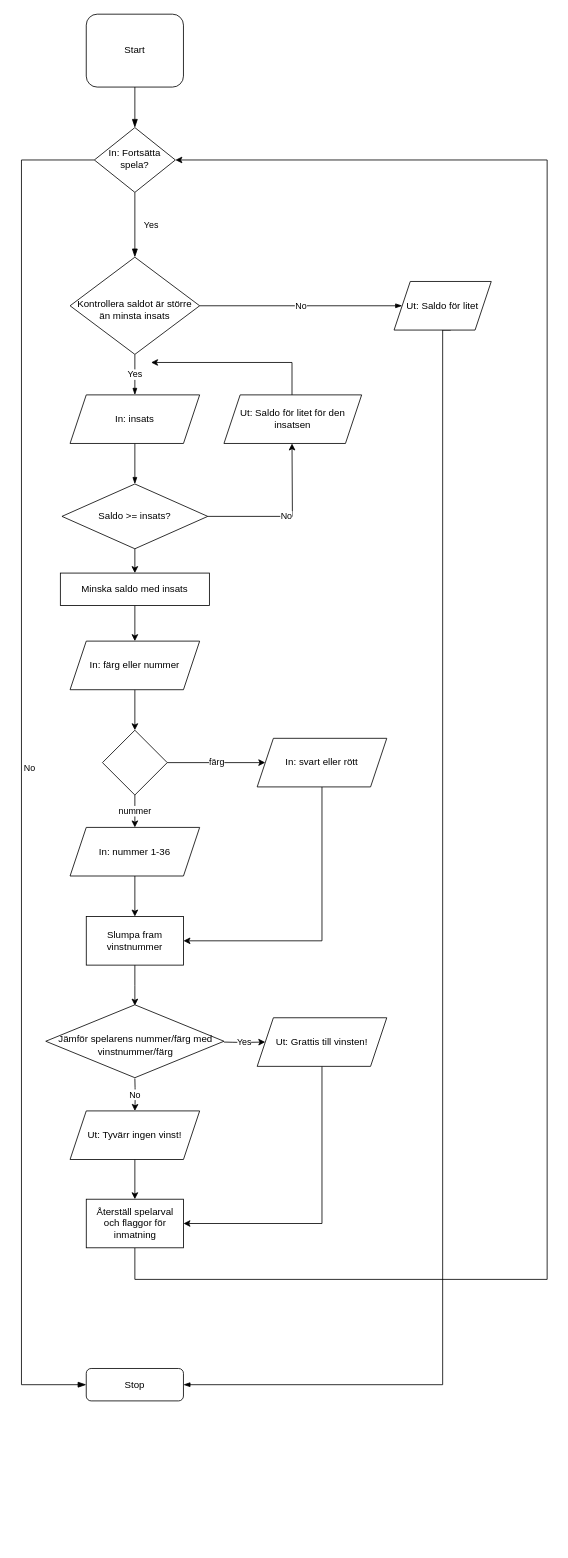
Above: Inluppgifter/Roulette/Flowchart_inl1.drawio in RogerJohanssonITHS/Grunderna-Cpp (draw.io), before the change. Source tidied: cells renumbered, new cells numbered last; positions are measured from the earlier drawing's top-left corner, leaving out a move shared by most shapes. Both pictures are drawn from the tidied source at 81%, with x=0, y=0 at pixel (21, 14).
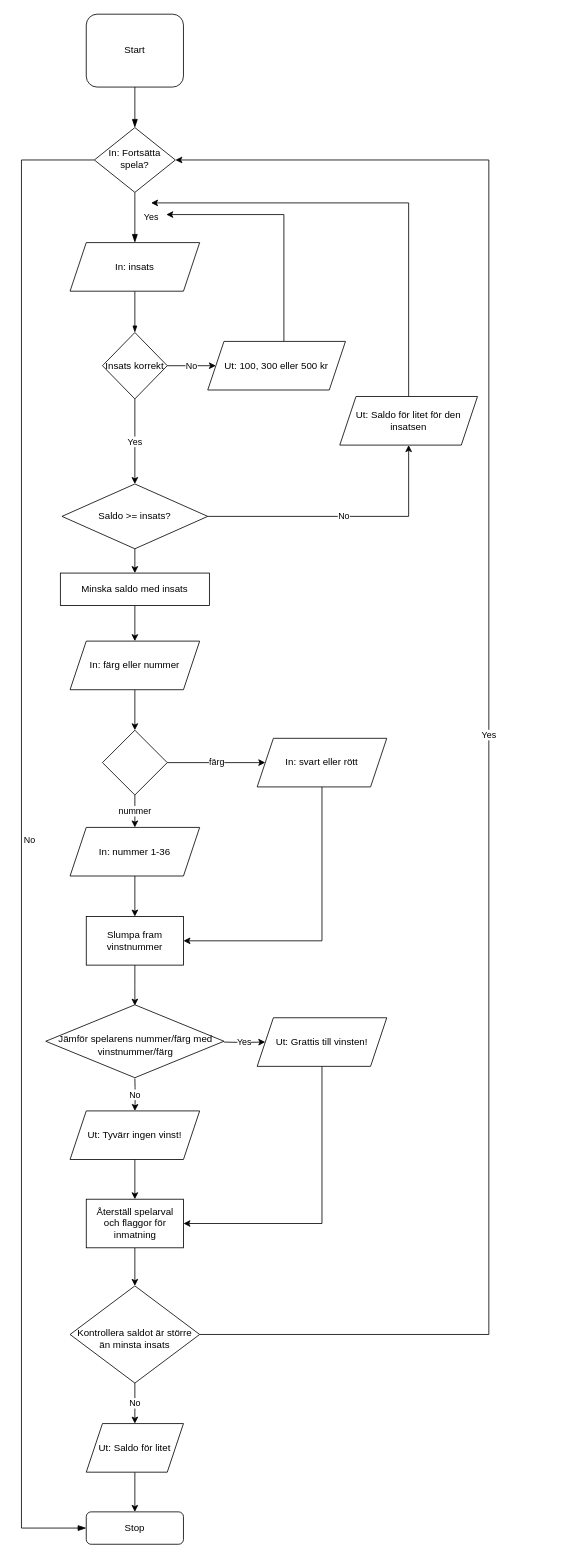
After the change.

The change refers to these unchanged cells:
```xml
<mxCell id="6" value="In: Fortsätta spela?" style="rhombus;whiteSpace=wrap;html=1;shadow=0;fontFamily=Helvetica;fontSize=12;align=center;strokeWidth=1;spacing=6;spacingTop=-4;" parent="1" vertex="1">
  <mxGeometry x="90" y="140" width="100" height="80" as="geometry" />
</mxCell>
<mxCell id="16" value="&lt;span&gt;Saldo &amp;gt;= insats?&lt;/span&gt;" style="rhombus;whiteSpace=wrap;html=1;" parent="1" vertex="1">
  <mxGeometry x="50" y="580" width="180" height="80" as="geometry" />
</mxCell>
<mxCell id="39" value="Återställ spelarval och flaggor för inmatning" style="rounded=0;whiteSpace=wrap;html=1;sketch=0;spacingLeft=1;" parent="1" vertex="1">
  <mxGeometry x="80" y="1463" width="120" height="60" as="geometry" />
</mxCell>
<mxCell id="41" value="Minska saldo med insats" style="rounded=0;whiteSpace=wrap;html=1;sketch=0;" parent="1" vertex="1">
  <mxGeometry x="48" y="690" width="184" height="40" as="geometry" />
</mxCell>
```

Change to the diagram source:
```diff
@@
-    <mxCell id="4" value="Yes" style="rounded=0;html=1;jettySize=auto;fontSize=11;endArrow=blockThin;endFill=1;endSize=8;strokeWidth=1;shadow=0;labelBackgroundColor=none;edgeStyle=orthogonalEdgeStyle;" parent="1" edge="1" source="6" target="9">
+    <mxCell id="4" value="Yes" style="rounded=0;html=1;jettySize=auto;fontSize=11;endArrow=blockThin;endFill=1;endSize=8;strokeWidth=1;shadow=0;labelBackgroundColor=none;edgeStyle=orthogonalEdgeStyle;entryX=0.5;entryY=0;entryDx=0;entryDy=0;" parent="1" edge="1" source="6" target="13">
       <mxGeometry y="20" relative="1" as="geometry" />
     </mxCell>
     <mxCell id="5" value="No" style="edgeStyle=orthogonalEdgeStyle;rounded=0;html=1;jettySize=auto;fontSize=11;endArrow=blockThin;endFill=1;endSize=8;strokeWidth=1;shadow=0;labelBackgroundColor=none;exitX=0;exitY=0.5;exitDx=0;exitDy=0;entryX=0;entryY=0.5;entryDx=0;entryDy=0;" parent="1" edge="1" source="6" target="10">
       <mxGeometry y="10" relative="1" as="geometry">
         <Array as="points">
           <mxPoint y="180" />
-          <mxPoint y="1692" />
+          <mxPoint y="1869" />
         </Array>
       </mxGeometry>
     </mxCell>
@@
-    <mxCell id="7" value="No" style="edgeStyle=orthogonalEdgeStyle;rounded=0;jettySize=auto;html=1;exitX=1;exitY=0.5;exitDx=0;exitDy=0;entryX=0;entryY=0.5;entryDx=0;entryDy=0;endArrow=blockThin;endFill=1;" parent="1" edge="1" source="9">
-      <mxGeometry relative="1" as="geometry">
-        <mxPoint x="470" y="360" as="targetPoint" />
-      </mxGeometry>
-    </mxCell>
-    <mxCell id="8" value="Yes" style="edgeStyle=orthogonalEdgeStyle;rounded=0;jettySize=auto;html=1;entryX=0.5;entryY=0;entryDx=0;entryDy=0;endArrow=blockThin;endFill=1;" parent="1" edge="1" source="9" target="13">
-      <mxGeometry relative="1" as="geometry" />
-    </mxCell>
-    <mxCell id="9" value="Kontrollera saldot är större än minsta insats" style="rhombus;whiteSpace=wrap;html=1;shadow=0;fontFamily=Helvetica;fontSize=12;align=center;strokeWidth=1;spacing=6;spacingTop=10;" parent="1" vertex="1">
-      <mxGeometry x="60" y="300" width="160" height="120" as="geometry" />
-    </mxCell>
     <mxCell id="10" value="Stop" style="rounded=1;whiteSpace=wrap;html=1;fontSize=12;glass=0;strokeWidth=1;shadow=0;" parent="1" vertex="1">
-      <mxGeometry x="80" y="1672" width="120" height="40" as="geometry" />
+      <mxGeometry x="80" y="1849" width="120" height="40" as="geometry" />
     </mxCell>
-    <mxCell id="11" style="edgeStyle=orthogonalEdgeStyle;rounded=0;jettySize=auto;html=1;entryX=1;entryY=0.5;entryDx=0;entryDy=0;endArrow=blockThin;endFill=1;" parent="1" edge="1" target="10">
-      <mxGeometry relative="1" as="geometry">
-        <mxPoint x="530" y="390" as="sourcePoint" />
-        <Array as="points">
-          <mxPoint x="520" y="390" />
-          <mxPoint x="520" y="1692" />
-        </Array>
-      </mxGeometry>
-    </mxCell>
-    <mxCell id="12" style="edgeStyle=orthogonalEdgeStyle;rounded=0;jettySize=auto;html=1;entryX=0.5;entryY=0;entryDx=0;entryDy=0;endArrow=blockThin;endFill=1;" parent="1" edge="1" source="13" target="16">
+    <mxCell id="12" style="edgeStyle=orthogonalEdgeStyle;rounded=0;jettySize=auto;html=1;endArrow=blockThin;endFill=1;" parent="1" edge="1" source="13" target="48">
       <mxGeometry relative="1" as="geometry" />
     </mxCell>
     <mxCell id="13" value="In: insats" style="shape=parallelogram;perimeter=parallelogramPerimeter;whiteSpace=wrap;html=1;fixedSize=1;" parent="1" vertex="1">
-      <mxGeometry x="60" y="470" width="160" height="60" as="geometry" />
+      <mxGeometry x="60" y="282" width="160" height="60" as="geometry" />
     </mxCell>
+    <mxCell id="15" style="edgeStyle=orthogonalEdgeStyle;curved=0;rounded=1;sketch=0;jettySize=auto;html=1;exitX=0.5;exitY=1;exitDx=0;exitDy=0;entryX=0.5;entryY=0;entryDx=0;entryDy=0;" parent="1" edge="1" source="16" target="41">
+      <mxGeometry relative="1" as="geometry" />
+    </mxCell>
-    <mxCell id="14" value="No" style="edgeStyle=orthogonalEdgeStyle;rounded=0;jettySize=auto;html=1;exitX=1;exitY=0.5;exitDx=0;exitDy=0;entryX=0.5;entryY=1;entryDx=0;entryDy=0;" parent="1" edge="1" source="16">
-      <mxGeometry relative="1" as="geometry">
-        <mxPoint x="334" y="530" as="targetPoint" />
-      </mxGeometry>
+    <mxCell id="14" value="No" style="edgeStyle=orthogonalEdgeStyle;rounded=0;jettySize=auto;html=1;exitX=1;exitY=0.5;exitDx=0;exitDy=0;entryX=0.5;entryY=1;entryDx=0;entryDy=0;" parent="1" edge="1" source="16" target="18">
+      <mxGeometry relative="1" as="geometry" />
     </mxCell>
-    <mxCell id="15" style="edgeStyle=orthogonalEdgeStyle;curved=0;rounded=1;sketch=0;jettySize=auto;html=1;exitX=0.5;exitY=1;exitDx=0;exitDy=0;entryX=0.5;entryY=0;entryDx=0;entryDy=0;" parent="1" edge="1" source="16" target="41">
-      <mxGeometry relative="1" as="geometry" />
-    </mxCell>
@@
-    <mxCell id="17" style="edgeStyle=orthogonalEdgeStyle;rounded=0;orthogonalLoop=1;jettySize=auto;html=1;" parent="1" edge="1">
+    <mxCell id="17" style="edgeStyle=orthogonalEdgeStyle;rounded=0;jettySize=auto;html=1;exitX=0.5;exitY=0;exitDx=0;exitDy=0;" parent="1" edge="1" source="18">
       <mxGeometry relative="1" as="geometry">
-        <mxPoint x="334" y="470" as="sourcePoint" />
-        <mxPoint x="160" y="430" as="targetPoint" />
+        <mxPoint x="160" y="233" as="targetPoint" />
         <Array as="points">
-          <mxPoint x="334" y="430" />
+          <mxPoint x="478" y="233" />
         </Array>
       </mxGeometry>
     </mxCell>
     <mxCell id="18" value="&lt;span style=&quot;&quot;&gt;Ut: Saldo för litet för den insatsen&lt;/span&gt;" style="shape=parallelogram;perimeter=parallelogramPerimeter;whiteSpace=wrap;html=1;fixedSize=1;" parent="1" vertex="1">
-      <mxGeometry x="250" y="470" width="170" height="60" as="geometry" />
+      <mxGeometry x="393" y="472" width="170" height="60" as="geometry" />
     </mxCell>
-    <mxCell id="19" value="&lt;span style=&quot;&quot;&gt;Ut: Saldo för litet&lt;/span&gt;" style="shape=parallelogram;perimeter=parallelogramPerimeter;whiteSpace=wrap;html=1;fixedSize=1;" parent="1" vertex="1">
-      <mxGeometry x="460" y="330" width="120" height="60" as="geometry" />
-    </mxCell>
@@
-    <mxCell id="38" style="edgeStyle=orthogonalEdgeStyle;rounded=0;sketch=0;jettySize=auto;html=1;entryX=1;entryY=0.5;entryDx=0;entryDy=0;" parent="1" edge="1" source="39" target="6">
-      <mxGeometry relative="1" as="geometry">
-        <Array as="points">
-          <mxPoint x="140" y="1562" />
-          <mxPoint x="649" y="1562" />
-          <mxPoint x="649" y="180" />
-        </Array>
-      </mxGeometry>
-    </mxCell>
+    <mxCell id="42" style="edgeStyle=orthogonalEdgeStyle;rounded=0;jettySize=auto;html=1;exitX=0.5;exitY=1;exitDx=0;exitDy=0;entryX=0.5;entryY=0;entryDx=0;entryDy=0;" parent="1" edge="1" source="39" target="9">
+      <mxGeometry relative="1" as="geometry" />
+    </mxCell>
@@
+    <mxCell id="43" value="No" style="edgeStyle=orthogonalEdgeStyle;rounded=0;jettySize=auto;html=1;exitX=0.5;exitY=1;exitDx=0;exitDy=0;entryX=0.5;entryY=0;entryDx=0;entryDy=0;" parent="1" edge="1" source="9" target="19">
+      <mxGeometry relative="1" as="geometry" />
+    </mxCell>
+    <mxCell id="44" value="Yes" style="edgeStyle=orthogonalEdgeStyle;rounded=0;jettySize=auto;html=1;exitX=1;exitY=0.5;exitDx=0;exitDy=0;entryX=1;entryY=0.5;entryDx=0;entryDy=0;" parent="1" edge="1" source="9" target="6">
+      <mxGeometry relative="1" as="geometry">
+        <Array as="points">
+          <mxPoint x="577" y="1630" />
+          <mxPoint x="577" y="180" />
+        </Array>
+      </mxGeometry>
+    </mxCell>
+    <mxCell id="9" value="Kontrollera saldot är större än minsta insats" style="rhombus;whiteSpace=wrap;html=1;shadow=0;fontFamily=Helvetica;fontSize=12;align=center;strokeWidth=1;spacing=6;spacingTop=10;" parent="1" vertex="1">
+      <mxGeometry x="60" y="1570" width="160" height="120" as="geometry" />
+    </mxCell>
+    <mxCell id="45" style="edgeStyle=orthogonalEdgeStyle;rounded=0;jettySize=auto;html=1;exitX=0.5;exitY=1;exitDx=0;exitDy=0;entryX=0.5;entryY=0;entryDx=0;entryDy=0;" parent="1" edge="1" source="19" target="10">
+      <mxGeometry relative="1" as="geometry" />
+    </mxCell>
+    <mxCell id="19" value="&lt;span style=&quot;&quot;&gt;Ut: Saldo för litet&lt;/span&gt;" style="shape=parallelogram;perimeter=parallelogramPerimeter;whiteSpace=wrap;html=1;fixedSize=1;" parent="1" vertex="1">
+      <mxGeometry x="80" y="1740" width="120" height="60" as="geometry" />
+    </mxCell>
+    <mxCell id="46" value="Yes" style="edgeStyle=orthogonalEdgeStyle;rounded=0;jettySize=auto;html=1;exitX=0.5;exitY=1;exitDx=0;exitDy=0;entryX=0.5;entryY=0;entryDx=0;entryDy=0;" parent="1" edge="1" source="48" target="16">
+      <mxGeometry relative="1" as="geometry" />
+    </mxCell>
+    <mxCell id="47" value="No" style="edgeStyle=orthogonalEdgeStyle;rounded=0;jettySize=auto;html=1;exitX=1;exitY=0.5;exitDx=0;exitDy=0;entryX=0;entryY=0.5;entryDx=0;entryDy=0;" parent="1" edge="1" source="48" target="50">
+      <mxGeometry relative="1" as="geometry" />
+    </mxCell>
+    <mxCell id="48" value="Insats korrekt" style="rhombus;whiteSpace=wrap;html=1;" parent="1" vertex="1">
+      <mxGeometry x="100" y="393" width="80" height="82" as="geometry" />
+    </mxCell>
+    <mxCell id="49" style="edgeStyle=orthogonalEdgeStyle;rounded=0;jettySize=auto;html=1;" parent="1" edge="1" source="50">
+      <mxGeometry relative="1" as="geometry">
+        <mxPoint x="178.8" y="247.4" as="targetPoint" />
+        <Array as="points">
+          <mxPoint x="324" y="247" />
+        </Array>
+      </mxGeometry>
+    </mxCell>
+    <mxCell id="50" value="&lt;span style=&quot;&quot;&gt;Ut: 100, 300 eller 500 kr&lt;/span&gt;" style="shape=parallelogram;perimeter=parallelogramPerimeter;whiteSpace=wrap;html=1;fixedSize=1;" parent="1" vertex="1">
+      <mxGeometry x="230" y="404" width="170" height="60" as="geometry" />
+    </mxCell>
```
